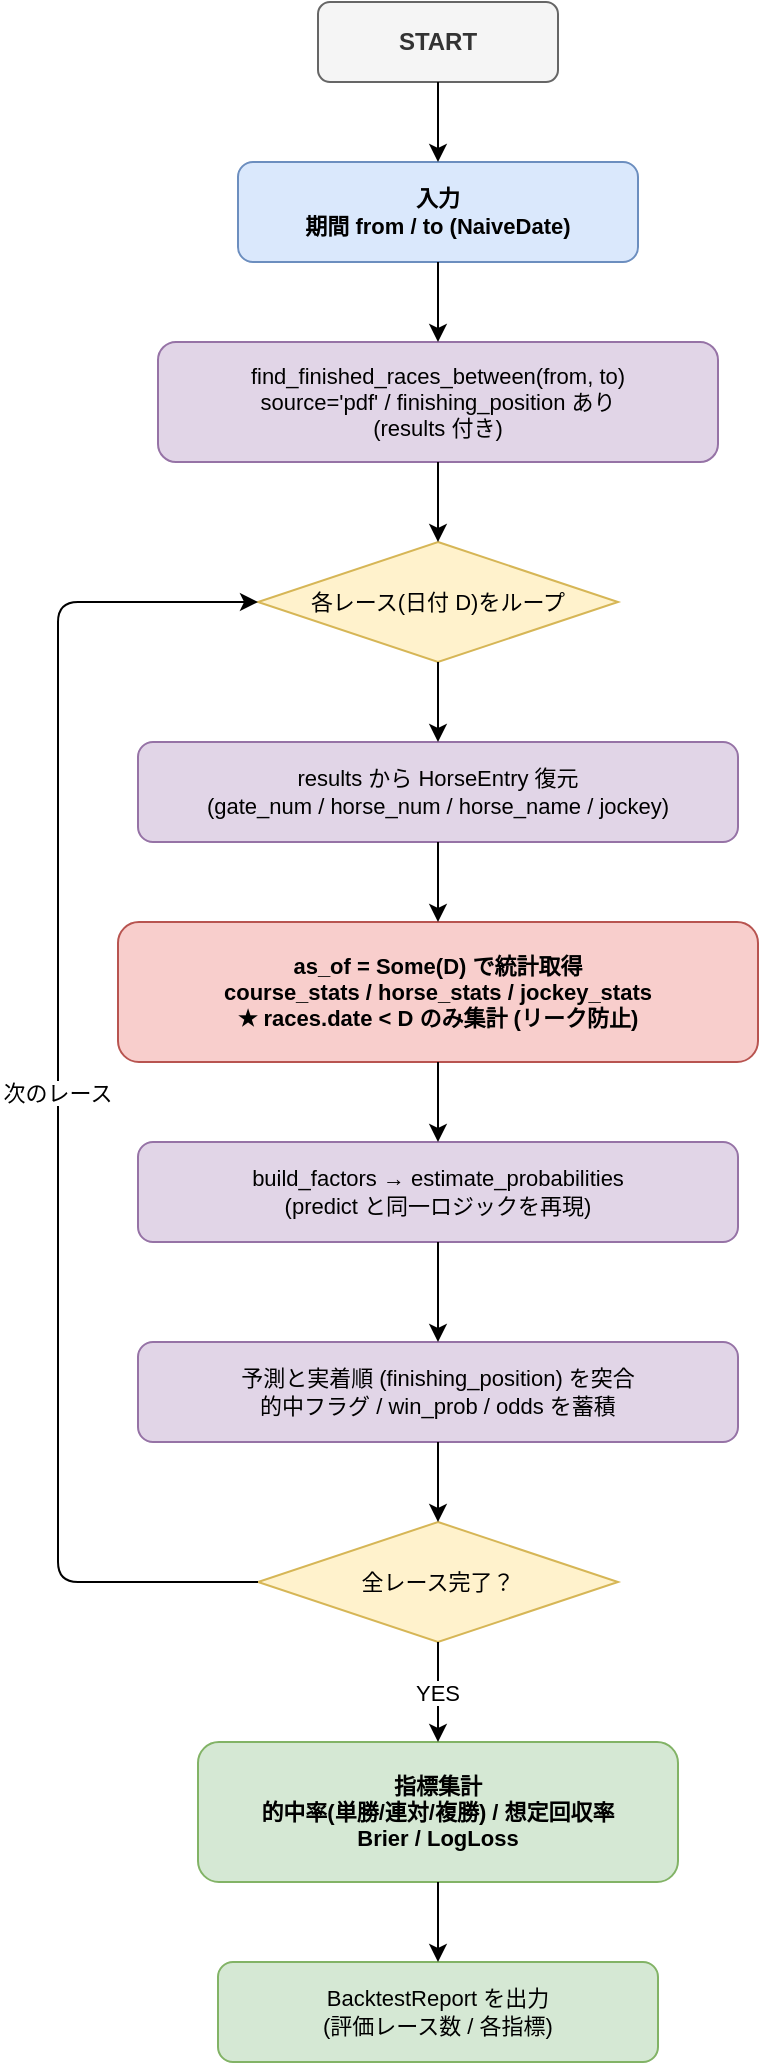
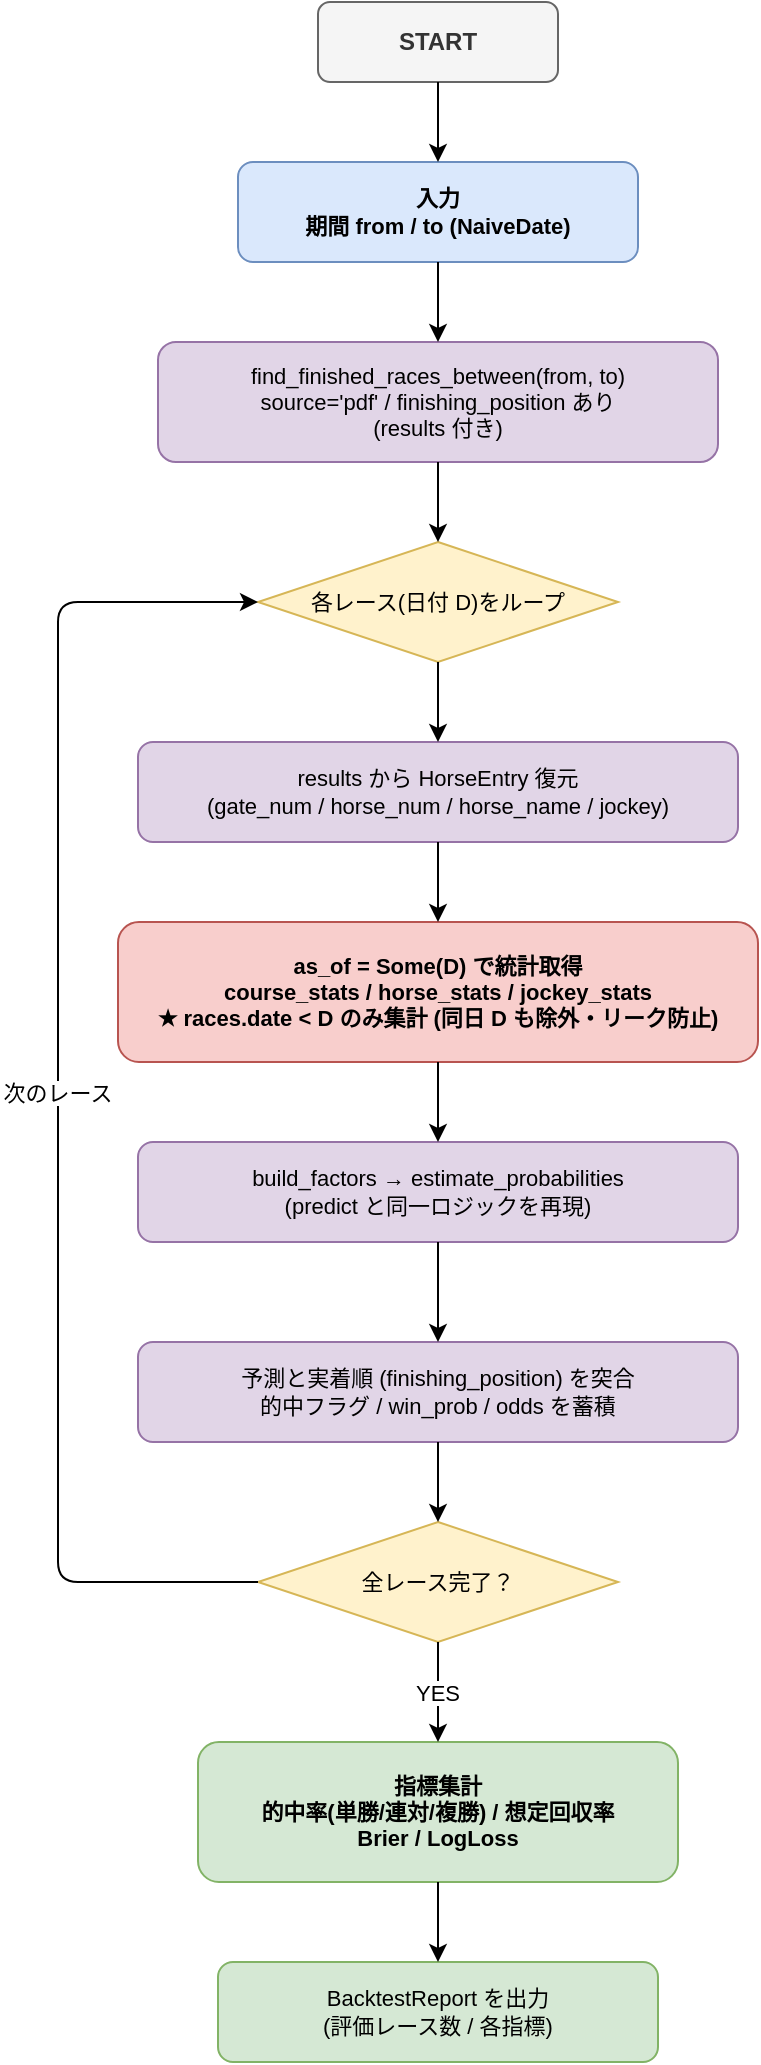
<mxfile host="app.diagrams.net" modified="2026-06-08T00:00:00.000Z" agent="Claude" version="21.0.0">
  <diagram name="バックテスト評価フロー" id="backtest-flow">
    <mxGraphModel dx="1422" dy="762" grid="1" gridSize="10" guides="1" tooltips="1" connect="1" arrows="1" fold="1" page="1" pageScale="1" pageWidth="1169" pageHeight="1100" math="0" shadow="0">
      <root>
        <mxCell id="0" />
        <mxCell id="1" parent="0" />

        <!-- START -->
        <mxCell id="2" value="START" style="rounded=1;whiteSpace=wrap;html=1;fillColor=#f5f5f5;strokeColor=#666666;fontColor=#333333;fontStyle=1;fontSize=12;" vertex="1" parent="1">
          <mxGeometry x="510" y="40" width="120" height="40" as="geometry" />
        </mxCell>

        <!-- 入力 -->
        <mxCell id="3" value="入力&#xa;期間 from / to (NaiveDate)" style="rounded=1;whiteSpace=wrap;html=1;fillColor=#dae8fc;strokeColor=#6c8ebf;fontStyle=1;fontSize=11;" vertex="1" parent="1">
          <mxGeometry x="470" y="120" width="200" height="50" as="geometry" />
        </mxCell>
        <mxCell id="4" edge="1" source="2" target="3" parent="1"><mxGeometry relative="1" as="geometry" /></mxCell>

        <!-- 期間内レース取得 -->
        <mxCell id="5" value="find_finished_races_between(from, to)&#xa;source='pdf' / finishing_position あり&#xa;(results 付き)" style="rounded=1;whiteSpace=wrap;html=1;fillColor=#e1d5e7;strokeColor=#9673a6;fontSize=11;" vertex="1" parent="1">
          <mxGeometry x="430" y="210" width="280" height="60" as="geometry" />
        </mxCell>
        <mxCell id="6" edge="1" source="3" target="5" parent="1"><mxGeometry relative="1" as="geometry" /></mxCell>

        <!-- 各レースループ -->
        <mxCell id="7" value="各レース(日付 D)をループ" style="rhombus;whiteSpace=wrap;html=1;fillColor=#fff2cc;strokeColor=#d6b656;fontSize=11;" vertex="1" parent="1">
          <mxGeometry x="480" y="310" width="180" height="60" as="geometry" />
        </mxCell>
        <mxCell id="8" edge="1" source="5" target="7" parent="1"><mxGeometry relative="1" as="geometry" /></mxCell>

        <!-- エントリ復元 -->
        <mxCell id="9" value="results から HorseEntry 復元&#xa;(gate_num / horse_num / horse_name / jockey)" style="rounded=1;whiteSpace=wrap;html=1;fillColor=#e1d5e7;strokeColor=#9673a6;fontSize=11;" vertex="1" parent="1">
          <mxGeometry x="420" y="410" width="300" height="50" as="geometry" />
        </mxCell>
        <mxCell id="10" edge="1" source="7" target="9" parent="1"><mxGeometry relative="1" as="geometry" /></mxCell>

        <!-- リーク防止: as-of 統計 -->
-         <mxCell id="11" value="as_of = Some(D) で統計取得&#xa;course_stats / horse_stats / jockey_stats&#xa;★ races.date &lt; D のみ集計 (リーク防止)" style="rounded=1;whiteSpace=wrap;html=1;fillColor=#f8cecc;strokeColor=#b85450;fontStyle=1;fontSize=11;" vertex="1" parent="1">
+         <mxCell id="11" value="as_of = Some(D) で統計取得&#xa;course_stats / horse_stats / jockey_stats&#xa;★ races.date &lt; D のみ集計 (同日 D も除外・リーク防止)" style="rounded=1;whiteSpace=wrap;html=1;fillColor=#f8cecc;strokeColor=#b85450;fontStyle=1;fontSize=11;" vertex="1" parent="1">
          <mxGeometry x="410" y="500" width="320" height="70" as="geometry" />
        </mxCell>
        <mxCell id="12" edge="1" source="9" target="11" parent="1"><mxGeometry relative="1" as="geometry" /></mxCell>

        <!-- factors + 確率推定 -->
        <mxCell id="13" value="build_factors → estimate_probabilities&#xa;(predict と同一ロジックを再現)" style="rounded=1;whiteSpace=wrap;html=1;fillColor=#e1d5e7;strokeColor=#9673a6;fontSize=11;" vertex="1" parent="1">
          <mxGeometry x="420" y="610" width="300" height="50" as="geometry" />
        </mxCell>
        <mxCell id="14" edge="1" source="11" target="13" parent="1"><mxGeometry relative="1" as="geometry" /></mxCell>

        <!-- 突合 -->
        <mxCell id="15" value="予測と実着順 (finishing_position) を突合&#xa;的中フラグ / win_prob / odds を蓄積" style="rounded=1;whiteSpace=wrap;html=1;fillColor=#e1d5e7;strokeColor=#9673a6;fontSize=11;" vertex="1" parent="1">
          <mxGeometry x="420" y="710" width="300" height="50" as="geometry" />
        </mxCell>
        <mxCell id="16" edge="1" source="13" target="15" parent="1"><mxGeometry relative="1" as="geometry" /></mxCell>

        <!-- 全レース完了? -->
        <mxCell id="17" value="全レース完了？" style="rhombus;whiteSpace=wrap;html=1;fillColor=#fff2cc;strokeColor=#d6b656;fontSize=11;" vertex="1" parent="1">
          <mxGeometry x="480" y="800" width="180" height="60" as="geometry" />
        </mxCell>
        <mxCell id="18" edge="1" source="15" target="17" parent="1"><mxGeometry relative="1" as="geometry" /></mxCell>

        <!-- ループバック -->
        <mxCell id="19" value="次のレース" style="edgeStyle=orthogonalEdgeStyle;" edge="1" source="17" target="7" parent="1">
          <mxGeometry relative="1" as="geometry">
            <Array as="points">
              <mxPoint x="380" y="830" />
              <mxPoint x="380" y="340" />
            </Array>
          </mxGeometry>
        </mxCell>

        <!-- 集計 -->
        <mxCell id="20" value="指標集計&#xa;的中率(単勝/連対/複勝) / 想定回収率&#xa;Brier / LogLoss" style="rounded=1;whiteSpace=wrap;html=1;fillColor=#d5e8d4;strokeColor=#82b366;fontStyle=1;fontSize=11;" vertex="1" parent="1">
          <mxGeometry x="450" y="910" width="240" height="70" as="geometry" />
        </mxCell>
        <mxCell id="21" value="YES" edge="1" source="17" target="20" parent="1"><mxGeometry relative="1" as="geometry" /></mxCell>

        <!-- 出力 -->
        <mxCell id="22" value="BacktestReport を出力&#xa;(評価レース数 / 各指標)" style="rounded=1;whiteSpace=wrap;html=1;fillColor=#d5e8d4;strokeColor=#82b366;fontSize=11;" vertex="1" parent="1">
          <mxGeometry x="460" y="1020" width="220" height="50" as="geometry" />
        </mxCell>
        <mxCell id="23" edge="1" source="20" target="22" parent="1"><mxGeometry relative="1" as="geometry" /></mxCell>
      </root>
    </mxGraphModel>
  </diagram>
</mxfile>
